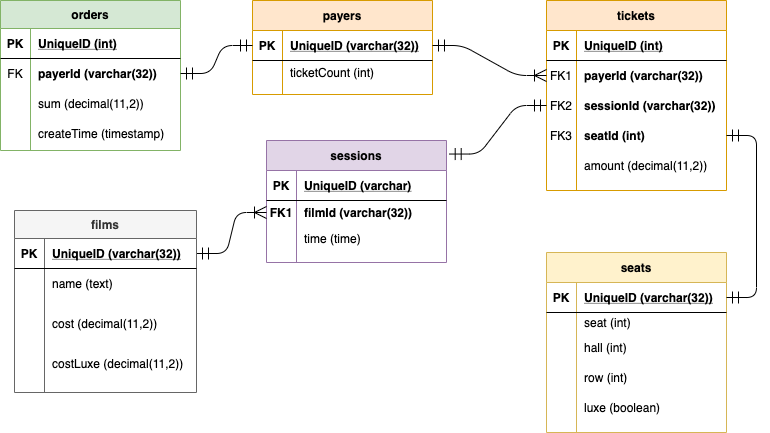
This is DatabaseLogic.png from otusteamedu/PHP_2024, a draw.io export, as it was before one commit. Source tidied: cells renumbered, new cells last; positions are measured from the earlier drawing's top-left corner, leaving out a move shared by most shapes.
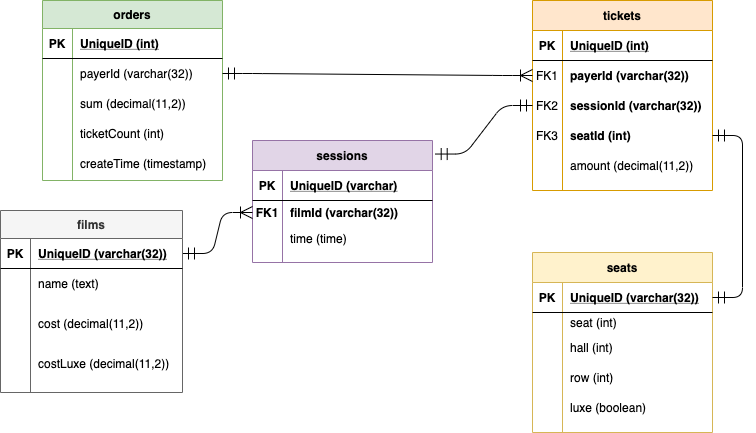
After the commit.

The edit, as a diff of the source:
```diff
@@ -3,7 +3,7 @@
     <mxCell id="0" />
     <mxCell id="1" parent="0" />
     <mxCell id="2" value="orders" style="shape=table;startSize=28;rowLines=0;fontStyle=1;align=center;shadow=0;fillColor=#d5e8d4;strokeColor=#82b366;" parent="1" vertex="1">
-      <mxGeometry width="180" height="150" as="geometry" />
+      <mxGeometry x="56" width="180" height="180" as="geometry" />
     </mxCell>
     <mxCell id="3" style="shape=partialRectangle;fillColor=none;top=0;left=0;bottom=1;right=0;" parent="2" vertex="1">
       <mxGeometry y="28" width="180" height="30" as="geometry" />
@@ -17,10 +17,10 @@
     <mxCell id="6" style="shape=partialRectangle;fillColor=none;top=0;left=0;bottom=0;right=0;points=[[0,0.5],[1,0.5]];portConstraint=eastwest;" parent="2" vertex="1">
       <mxGeometry y="58" width="180" height="30" as="geometry" />
     </mxCell>
-    <mxCell id="7" value="FK" style="shape=partialRectangle;fillColor=none;top=0;left=0;bottom=0;right=0;overflow=hidden;" parent="6" vertex="1">
+    <mxCell id="7" style="shape=partialRectangle;fillColor=none;top=0;left=0;bottom=0;right=0;overflow=hidden;" parent="6" vertex="1">
       <mxGeometry width="30" height="30" as="geometry" />
     </mxCell>
-    <mxCell id="8" value="payerId (varchar(32))" style="shape=partialRectangle;fillColor=none;top=0;left=0;bottom=0;right=0;align=left;spacingLeft=6;overflow=hidden;fontStyle=1;" parent="6" vertex="1">
+    <mxCell id="8" value="payerId (varchar(32))" style="shape=partialRectangle;fillColor=none;top=0;left=0;bottom=0;right=0;align=left;spacingLeft=6;overflow=hidden;fontStyle=0;" parent="6" vertex="1">
       <mxGeometry x="30" width="150" height="30" as="geometry" />
     </mxCell>
     <mxCell id="9" style="shape=partialRectangle;fillColor=none;top=0;left=0;bottom=0;right=0;" parent="2" vertex="1">
@@ -32,8 +32,17 @@
     <mxCell id="11" value="sum (decimal(11,2))" style="shape=partialRectangle;fillColor=none;top=0;left=0;bottom=0;right=0;align=left;spacingLeft=6;overflow=hidden;" parent="9" vertex="1">
       <mxGeometry x="30" width="150" height="30" as="geometry" />
     </mxCell>
+    <mxCell id="82" style="shape=partialRectangle;fillColor=none;top=0;left=0;bottom=0;right=0;" parent="2" vertex="1">
+      <mxGeometry y="118" width="180" height="30" as="geometry" />
+    </mxCell>
+    <mxCell id="83" style="shape=partialRectangle;fillColor=none;top=0;left=0;bottom=0;right=0;overflow=hidden;" parent="82" vertex="1">
+      <mxGeometry width="30" height="30" as="geometry" />
+    </mxCell>
+    <mxCell id="66" value="ticketCount (int)" style="shape=partialRectangle;fillColor=none;top=0;left=0;bottom=0;right=0;align=left;spacingLeft=6;overflow=hidden;" parent="82" vertex="1">
+      <mxGeometry x="30" width="150" height="30" as="geometry" />
+    </mxCell>
     <mxCell id="12" style="shape=partialRectangle;fillColor=none;top=0;left=0;bottom=0;right=0;" parent="2" vertex="1">
-      <mxGeometry y="118" width="180" height="30" as="geometry" />
+      <mxGeometry y="148" width="180" height="30" as="geometry" />
     </mxCell>
     <mxCell id="13" style="shape=partialRectangle;fillColor=none;top=0;left=0;bottom=0;right=0;overflow=hidden;" parent="12" vertex="1">
       <mxGeometry width="30" height="30" as="geometry" />
@@ -176,31 +185,7 @@
     <mxCell id="59" style="edgeStyle=entityRelationEdgeStyle;fontSize=12;html=1;endArrow=ERmandOne;startArrow=ERoneToMany;endSize=10;startSize=10;startFill=0;exitX=0;exitY=0.5;exitDx=0;exitDy=0;entryX=1;entryY=0.5;entryDx=0;entryDy=0;" parent="1" edge="1" source="35" target="70">
       <mxGeometry relative="1" as="geometry" />
     </mxCell>
-    <mxCell id="60" value="payers" style="shape=table;startSize=30;rowLines=0;fontStyle=1;align=center;shadow=0;fillColor=#ffe6cc;strokeColor=#d79b00;" parent="1" vertex="1">
-      <mxGeometry x="252" width="180" height="94" as="geometry" />
-    </mxCell>
-    <mxCell id="61" style="shape=partialRectangle;fillColor=none;top=0;left=0;bottom=1;right=0;points=[[0,0.5],[1,0.5]];portConstraint=eastwest;" parent="60" vertex="1">
-      <mxGeometry y="30" width="180" height="30" as="geometry" />
-    </mxCell>
-    <mxCell id="62" value="PK" style="shape=partialRectangle;fillColor=none;top=0;left=0;bottom=0;right=0;fontStyle=1;overflow=hidden;" parent="61" vertex="1">
-      <mxGeometry width="30" height="30" as="geometry" />
-    </mxCell>
-    <mxCell id="63" value="UniqueID (varchar(32))" style="shape=partialRectangle;fillColor=none;top=0;left=0;bottom=0;right=0;align=left;spacingLeft=6;fontStyle=5;overflow=hidden;" parent="61" vertex="1">
-      <mxGeometry x="30" width="150" height="30" as="geometry" />
-    </mxCell>
-    <mxCell id="64" style="shape=partialRectangle;fillColor=none;top=0;left=0;bottom=0;right=0;" parent="60" vertex="1">
-      <mxGeometry y="60" width="180" height="24" as="geometry" />
-    </mxCell>
-    <mxCell id="65" style="shape=partialRectangle;fillColor=none;top=0;left=0;bottom=0;right=0;overflow=hidden;" parent="64" vertex="1">
-      <mxGeometry width="30" height="24" as="geometry" />
-    </mxCell>
-    <mxCell id="66" value="ticketCount (int)" style="shape=partialRectangle;fillColor=none;top=0;left=0;bottom=0;right=0;align=left;spacingLeft=6;overflow=hidden;" parent="64" vertex="1">
-      <mxGeometry x="30" width="150" height="24" as="geometry" />
-    </mxCell>
-    <mxCell id="67" style="edgeStyle=entityRelationEdgeStyle;fontSize=12;html=1;endArrow=ERmandOne;startArrow=ERmandOne;exitX=1;exitY=0.5;exitDx=0;exitDy=0;endSize=10;startSize=10;entryX=0;entryY=0.5;entryDx=0;entryDy=0;" parent="1" edge="1" source="6" target="61">
-      <mxGeometry relative="1" as="geometry" />
-    </mxCell>
-    <mxCell id="68" style="edgeStyle=entityRelationEdgeStyle;fontSize=12;html=1;endArrow=ERoneToMany;startArrow=ERmandOne;startSize=10;endSize=10;exitX=1;exitY=0.5;exitDx=0;exitDy=0;entryX=0;entryY=0.5;entryDx=0;entryDy=0;" parent="1" edge="1" source="61" target="45">
+    <mxCell id="68" style="edgeStyle=entityRelationEdgeStyle;fontSize=12;html=1;endArrow=ERoneToMany;startArrow=ERmandOne;startSize=10;endSize=10;exitX=1;exitY=0.5;exitDx=0;exitDy=0;entryX=0;entryY=0.5;entryDx=0;entryDy=0;" parent="1" edge="1" source="6" target="45">
       <mxGeometry relative="1" as="geometry" />
     </mxCell>
     <mxCell id="69" value="films" style="shape=table;startSize=28;rowLines=0;fontStyle=1;align=center;shadow=0;fillColor=#f5f5f5;strokeColor=#666666;fontColor=#333333;" parent="1" vertex="1">
```
